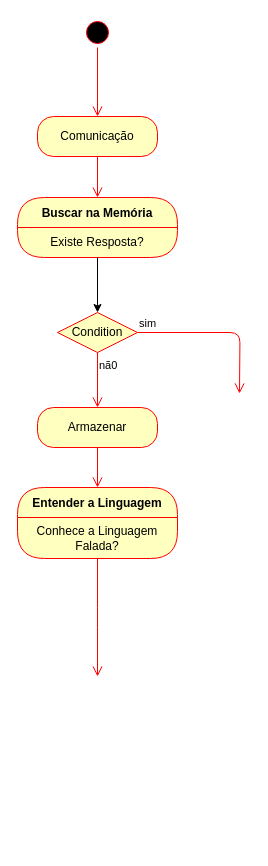
Earlier version of the draw.io diagram docs/diagrama_de_fluxo_aurora.drawio (marvinho-tn/aurora). Source tidied: cells renumbered, new cells numbered last; positions are measured from the earlier drawing's top-left corner, leaving out a move shared by most shapes. Both pictures are drawn from the tidied source at 100%, with x=0, y=0 at pixel (17, 17).
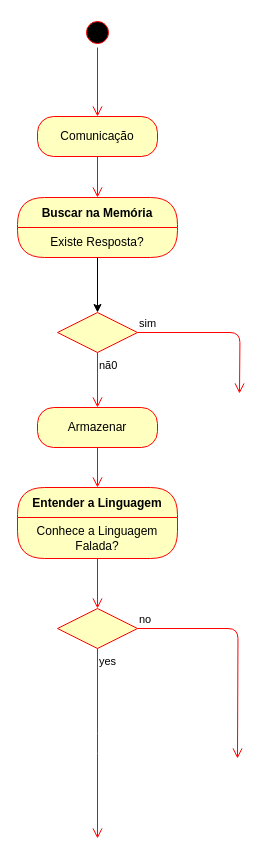
Above is the later version.

The change refers to these unchanged cells:
```xml
<mxCell id="14" value="Entender a Linguagem" style="swimlane;fontStyle=1;align=center;verticalAlign=middle;horizontal=1;startSize=30;fontColor=#000000;rounded=1;arcSize=30;strokeColor=#ff0000;fillColor=#ffffc0;swimlaneFillColor=#ffffc0;" parent="1" vertex="1">
  <mxGeometry y="470" width="160" height="71" as="geometry" />
</mxCell>
```

Change to the diagram source:
```diff
@@
-    <mxCell id="8" value="Condition" style="rhombus;whiteSpace=wrap;html=1;fillColor=#ffffc0;strokeColor=#ff0000;" parent="1" vertex="1">
+    <mxCell id="8" style="rhombus;whiteSpace=wrap;html=1;fillColor=#ffffc0;strokeColor=#ff0000;" parent="1" vertex="1">
       <mxGeometry x="40" y="295" width="80" height="40" as="geometry" />
     </mxCell>
@@
-    <mxCell id="16" style="edgeStyle=orthogonalEdgeStyle;html=1;verticalAlign=bottom;endArrow=open;endSize=8;strokeColor=#ff0000;" parent="1" edge="1" source="14">
-      <mxGeometry relative="1" as="geometry">
-        <mxPoint x="80" y="659" as="targetPoint" />
-      </mxGeometry>
+    <mxCell id="16" style="edgeStyle=orthogonalEdgeStyle;html=1;verticalAlign=bottom;endArrow=open;endSize=8;strokeColor=#ff0000;entryX=0.5;entryY=0;entryDx=0;entryDy=0;" parent="1" edge="1" source="14" target="17">
+      <mxGeometry relative="1" as="geometry" />
     </mxCell>
+    <mxCell id="17" style="rhombus;whiteSpace=wrap;html=1;fillColor=#ffffc0;strokeColor=#ff0000;" parent="1" vertex="1">
+      <mxGeometry x="40" y="591" width="80" height="40" as="geometry" />
+    </mxCell>
+    <mxCell id="18" value="no" style="edgeStyle=orthogonalEdgeStyle;html=1;align=left;verticalAlign=bottom;endArrow=open;endSize=8;strokeColor=#ff0000;" parent="1" edge="1" source="17">
+      <mxGeometry x="-1" relative="1" as="geometry">
+        <mxPoint x="220" y="741" as="targetPoint" />
+      </mxGeometry>
+    </mxCell>
+    <mxCell id="19" value="yes" style="edgeStyle=orthogonalEdgeStyle;html=1;align=left;verticalAlign=top;endArrow=open;endSize=8;strokeColor=#ff0000;" parent="1" edge="1" source="17">
+      <mxGeometry x="-1" relative="1" as="geometry">
+        <mxPoint x="80" y="821" as="targetPoint" />
+      </mxGeometry>
+    </mxCell>
```
